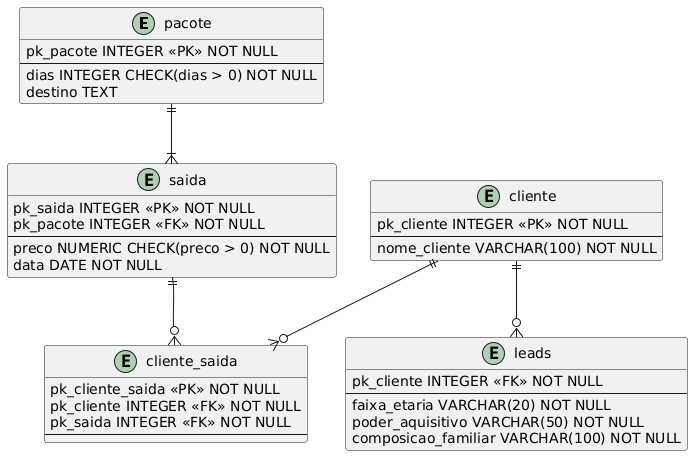
galaticghost/NovaGuieqKlarrind keeps this PlantUML diagram as ferias_nestor/agenciaDeViagens/modelagemLogica.png. Above is the earlier version. Its source is kept beside it as ferias_nestor/agenciaDeViagens/modelagemLogica.wsd. Source of this version:
```plantuml
@startuml Agencia

entity pacote{
    pk_pacote INTEGER <<PK>> NOT NULL
    --
    dias INTEGER CHECK(dias > 0) NOT NULL
    destino TEXT
}

entity saida{
    pk_saida INTEGER <<PK>> NOT NULL
    pk_pacote INTEGER <<FK>> NOT NULL
    --
    preco NUMERIC CHECK(preco > 0) NOT NULL
    data DATE NOT NULL
}

entity cliente{
    pk_cliente INTEGER <<PK>> NOT NULL
    --
    nome_cliente VARCHAR(100) NOT NULL
}

entity leads{
    pk_cliente INTEGER <<FK>> NOT NULL
    --
    faixa_etaria VARCHAR(20) NOT NULL
    poder_aquisitivo VARCHAR(50) NOT NULL
    composicao_familiar VARCHAR(100) NOT NULL
}

entity cliente_saida{
    pk_cliente_saida <<PK>> NOT NULL
    pk_cliente INTEGER <<FK>> NOT NULL
    pk_saida INTEGER <<FK>> NOT NULL
    --
}

pacote ||--|{ saida
saida ||--o{ cliente_saida
cliente ||--o{ cliente_saida
cliente ||--o{ leads

@enduml
```
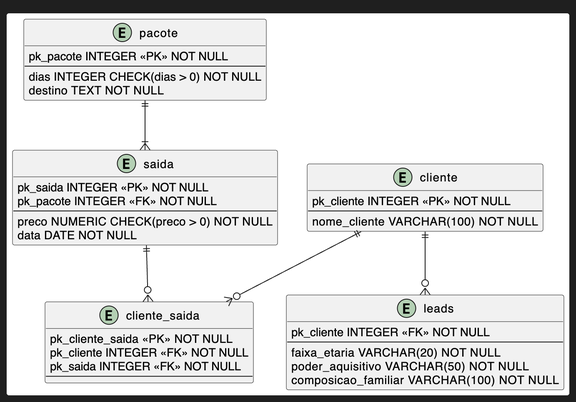
Above is the later version.

Diff of the diagram source:
```diff
@@ -4,7 +4,7 @@
     pk_pacote INTEGER <<PK>> NOT NULL
     --
     dias INTEGER CHECK(dias > 0) NOT NULL
-    destino TEXT
+    destino TEXT NOT NULL
 }
 
 entity saida{
```
